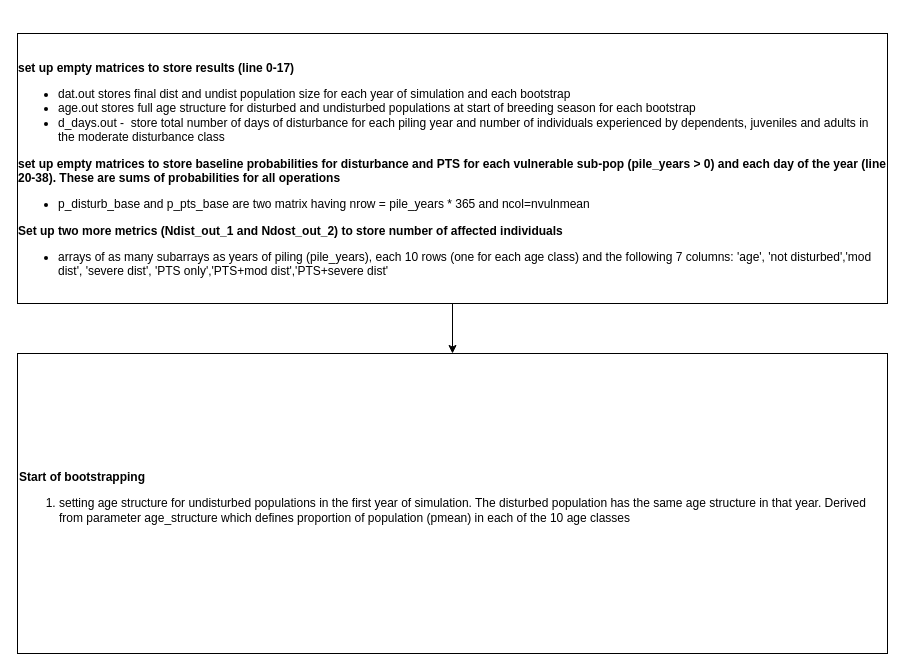
Before: iPCoD flowchart.drawio in SMRU-Consulting-Github/LearningiPCoD, a draw.io diagram. Source tidied: cells renumbered, new cells numbered last; positions are measured from the earlier drawing's top-left corner, leaving out a move shared by most shapes. Both pictures are drawn from the tidied source at 100%, with x=0, y=0 at pixel (17, 33).
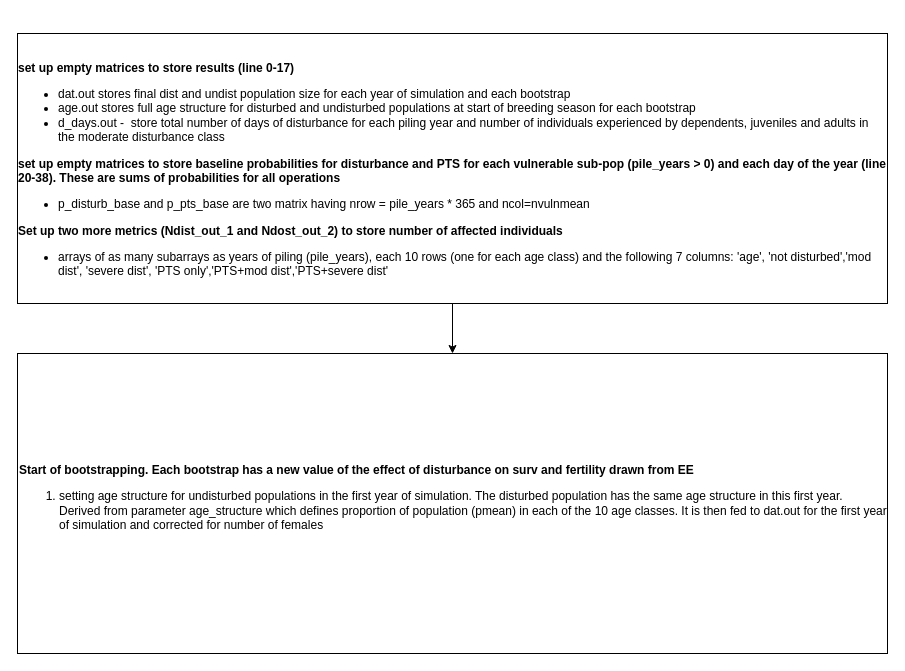
Above is the later version.

What changed in the source:
```diff
@@
 <mxGraphModel>
   <root>
     <mxCell id="0" />
     <mxCell id="1" parent="0" />
     <mxCell id="2" value="&lt;div align=&quot;left&quot;&gt;&lt;b&gt;&lt;br&gt;&lt;/b&gt;&lt;/div&gt;&lt;div align=&quot;left&quot;&gt;&lt;b&gt;&lt;br&gt;&lt;/b&gt;&lt;/div&gt;&lt;div align=&quot;left&quot;&gt;&lt;b&gt;&lt;br&gt;&lt;/b&gt;&lt;/div&gt;&lt;div align=&quot;left&quot;&gt;&lt;b&gt;set up empty matrices to store results (line 0-17)&lt;/b&gt;&lt;/div&gt;&lt;div align=&quot;left&quot;&gt;&lt;ul&gt;&lt;li&gt;dat.out stores final dist and undist population size for each year of simulation and each bootstrap&lt;/li&gt;&lt;li&gt;age.out stores full age structure for disturbed and undisturbed populations at start of breeding season for each bootstrap&lt;/li&gt;&lt;li&gt;d_days.out -&amp;nbsp; store total number of days of disturbance for each piling year and number of individuals experienced by dependents, juveniles and adults in the moderate disturbance class&lt;/li&gt;&lt;/ul&gt;&lt;div&gt;&lt;b&gt;set up empty matrices to store baseline probabilities for disturbance and PTS for each vulnerable sub-pop (pile_years &amp;gt; 0) and each day of the year (line 20-38). These are sums of probabilities for all operations&lt;br&gt;&lt;/b&gt;&lt;/div&gt;&lt;div&gt;&lt;ul&gt;&lt;li&gt;p_disturb_base and p_pts_base are two matrix having nrow = pile_years * 365 and ncol=nvulnmean&lt;/li&gt;&lt;/ul&gt;&lt;b&gt;Set up two more metrics (Ndist_out_1 and Ndost_out_2) to store number of affected individuals&lt;/b&gt;&lt;/div&gt;&lt;div&gt;&lt;ul&gt;&lt;li&gt;arrays of as many subarrays as years of piling (pile_years), each 10 rows (one for each age class) and the following 7 columns: 'age', 'not disturbed','mod dist', 'severe dist', 'PTS only','PTS+mod dist','PTS+severe dist'&lt;br&gt;&lt;/li&gt;&lt;/ul&gt;&lt;/div&gt;&lt;div&gt;&lt;b&gt;&lt;br&gt;&lt;/b&gt;&lt;/div&gt;&lt;/div&gt;&lt;div align=&quot;left&quot;&gt;&lt;br&gt;&lt;/div&gt;" style="rounded=0;whiteSpace=wrap;html=1;fontSize=12;glass=0;strokeWidth=1;shadow=0;" parent="1" vertex="1">
       <mxGeometry width="870" height="270" as="geometry" />
     </mxCell>
-    <mxCell id="3" value="&lt;div align=&quot;left&quot;&gt;&lt;b&gt;Start of bootstrapping&lt;/b&gt;&lt;/div&gt;&lt;div align=&quot;left&quot;&gt;&lt;ol&gt;&lt;li&gt;setting age structure for undisturbed populations in the first year of simulation. The disturbed population has the same age structure in that year. Derived from parameter age_structure which defines proportion of population (pmean) in each of the 10 age classes&lt;br&gt;&lt;/li&gt;&lt;/ol&gt;&lt;/div&gt;" style="rounded=0;whiteSpace=wrap;html=1;align=left;" parent="1" vertex="1">
+    <mxCell id="3" value="&lt;div align=&quot;left&quot;&gt;&lt;b&gt;Start of bootstrapping. Each bootstrap has a new value of the effect of disturbance on surv and fertility drawn from EE &lt;br&gt;&lt;/b&gt;&lt;/div&gt;&lt;div align=&quot;left&quot;&gt;&lt;ol&gt;&lt;li&gt;setting age structure for undisturbed populations in the first year of simulation. The disturbed population has the same age structure in this first year. Derived from parameter age_structure which defines proportion of population (pmean) in each of the 10 age classes. It is then fed to dat.out for the first year of simulation and corrected for number of females&lt;br&gt;&lt;/li&gt;&lt;/ol&gt;&lt;/div&gt;" style="rounded=0;whiteSpace=wrap;html=1;align=left;" parent="1" vertex="1">
       <mxGeometry y="320" width="870" height="300" as="geometry" />
     </mxCell>
     <mxCell id="4" style="endArrow=classic;html=1;rounded=0;exitX=0.5;exitY=1;exitDx=0;exitDy=0;" parent="1" edge="1" source="2" target="3">
       <mxGeometry relative="1" as="geometry" />
     </mxCell>
   </root>
 </mxGraphModel>
```
